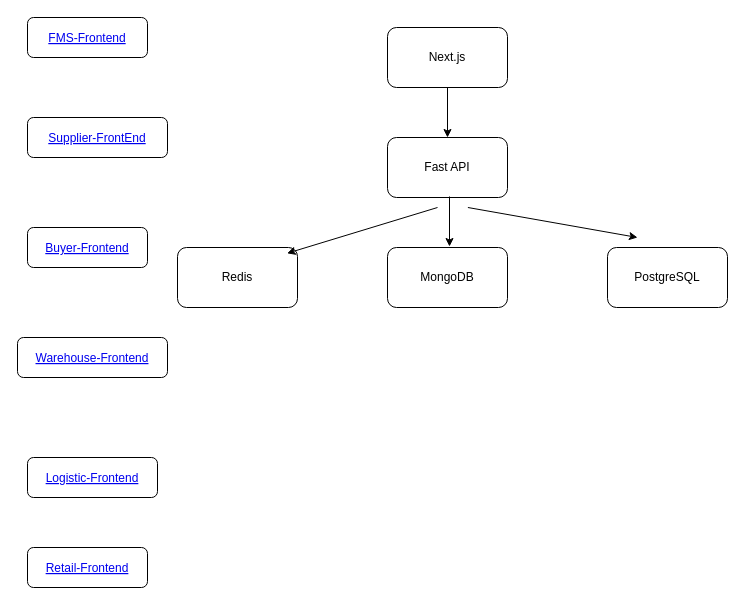
Before: page "OverAll" (1 of 15) of Agroconnect.drawio in ramprasad2018/agconnect, a draw.io diagram. Source tidied: cells renumbered, new cells numbered last; positions are measured from the earlier drawing's top-left corner, leaving out a move shared by most shapes. Both pictures are drawn from the tidied source at 100%, with x=0, y=0 at pixel (17, 17).
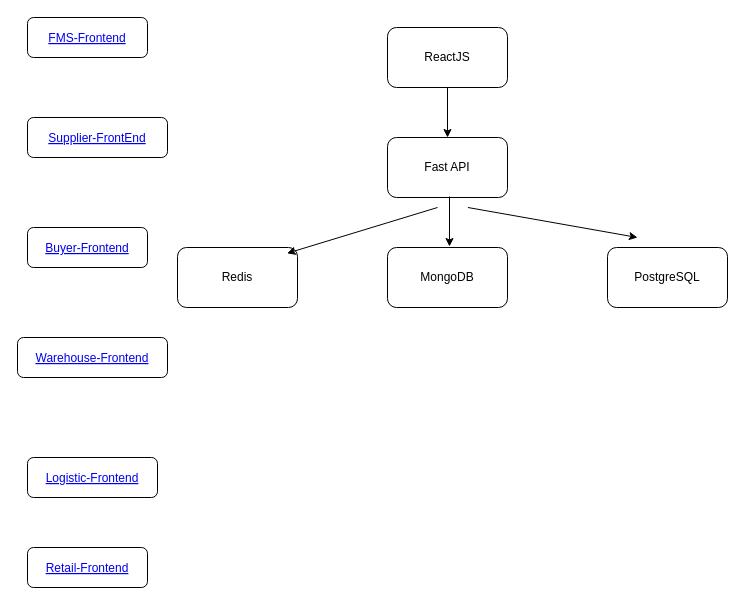
The same page after the edit.

Change to the diagram source:
```diff
@@
-    <mxCell id="5" value="Next.js" style="rounded=1;whiteSpace=wrap;html=1;" parent="1" vertex="1">
+    <mxCell id="5" value="ReactJS" style="rounded=1;whiteSpace=wrap;html=1;" parent="1" vertex="1">
       <mxGeometry x="370" y="10" width="120" height="60" as="geometry" />
     </mxCell>
```
